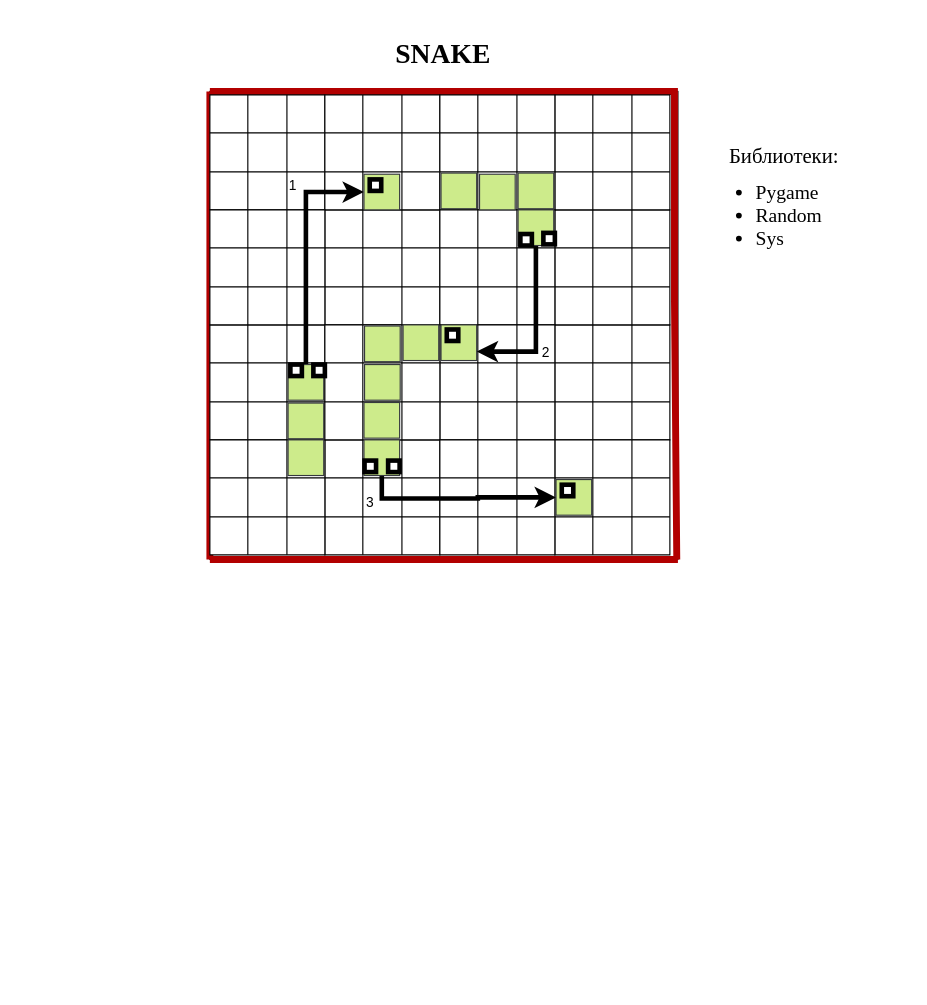
Above: page "Cхема как работает игра" (1 of 2) of pjSnake.drawio in Hedgehog-sys/pjSnake_Independent_creation (draw.io), before the change. Source tidied: cells renumbered, new cells numbered last; positions are measured from the earlier drawing's top-left corner, leaving out a move shared by most shapes. Both pictures are drawn from the tidied source at 115%, with x=0, y=0 at pixel (209, 37).
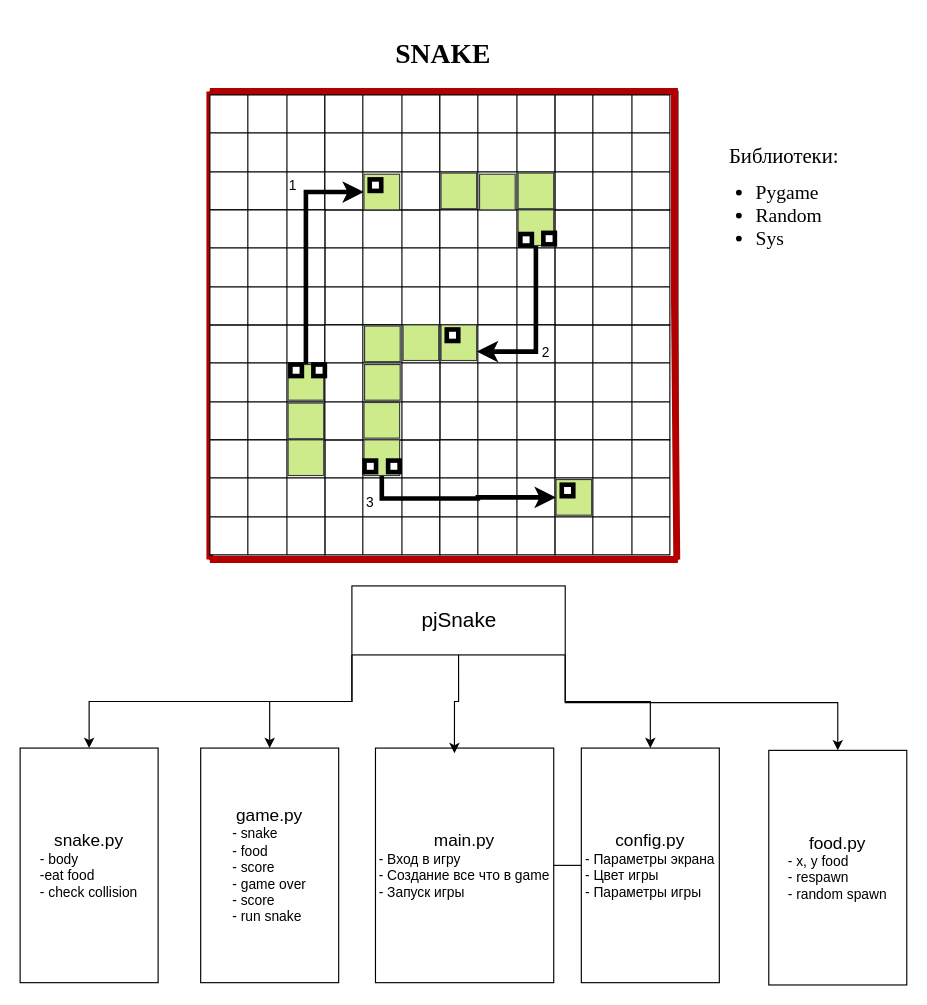
Above is the later version.

What changed in the source:
```diff
@@
+    <mxCell id="248" style="edgeStyle=orthogonalEdgeStyle;rounded=0;jettySize=auto;html=1;exitX=0;exitY=1;exitDx=0;exitDy=0;" parent="1" edge="1" source="252" target="253">
+      <mxGeometry relative="1" as="geometry" />
+    </mxCell>
+    <mxCell id="249" style="edgeStyle=orthogonalEdgeStyle;rounded=0;jettySize=auto;html=1;exitX=0;exitY=1;exitDx=0;exitDy=0;entryX=0.5;entryY=0;entryDx=0;entryDy=0;" parent="1" edge="1" source="252" target="254">
+      <mxGeometry relative="1" as="geometry" />
+    </mxCell>
+    <mxCell id="250" style="edgeStyle=orthogonalEdgeStyle;rounded=0;jettySize=auto;html=1;exitX=1;exitY=1;exitDx=0;exitDy=0;entryX=0.5;entryY=0;entryDx=0;entryDy=0;" parent="1" edge="1" source="252" target="256">
+      <mxGeometry relative="1" as="geometry" />
+    </mxCell>
+    <mxCell id="251" style="edgeStyle=orthogonalEdgeStyle;rounded=0;jettySize=auto;html=1;exitX=1;exitY=1;exitDx=0;exitDy=0;entryX=0.5;entryY=0;entryDx=0;entryDy=0;" parent="1" edge="1" source="252" target="257">
+      <mxGeometry relative="1" as="geometry" />
+    </mxCell>
+    <mxCell id="252" value="&lt;font style=&quot;font-size: 18px;&quot;&gt;pjSnake&lt;/font&gt;" style="rounded=0;whiteSpace=wrap;html=1;" parent="1" vertex="1">
+      <mxGeometry x="123.5" y="477" width="185.5" height="60" as="geometry" />
+    </mxCell>
+    <mxCell id="253" value="&lt;font style=&quot;color: light-dark(rgb(0, 0, 0), rgb(255, 0, 18)); font-size: 15px;&quot;&gt;snake.py&lt;/font&gt;&lt;div style=&quot;text-align: justify;&quot;&gt;- body&lt;/div&gt;&lt;div style=&quot;text-align: justify;&quot;&gt;-eat food&lt;/div&gt;&lt;div style=&quot;text-align: justify;&quot;&gt;- check collision&lt;/div&gt;" style="rounded=0;whiteSpace=wrap;html=1;" parent="1" vertex="1">
+      <mxGeometry x="-165" y="618" width="120" height="204" as="geometry" />
+    </mxCell>
+    <mxCell id="254" value="&lt;font style=&quot;font-size: 15px; color: light-dark(rgb(0, 0, 0), rgb(255, 0, 0));&quot;&gt;game.py&lt;/font&gt;&lt;div style=&quot;text-align: justify;&quot;&gt;- snake&lt;/div&gt;&lt;div style=&quot;text-align: justify;&quot;&gt;- food&lt;/div&gt;&lt;div style=&quot;text-align: justify;&quot;&gt;- score&lt;/div&gt;&lt;div style=&quot;text-align: justify;&quot;&gt;- game over&lt;/div&gt;&lt;div style=&quot;text-align: justify;&quot;&gt;- score&lt;/div&gt;&lt;div style=&quot;text-align: justify;&quot;&gt;- run snake&lt;/div&gt;" style="rounded=0;whiteSpace=wrap;html=1;" parent="1" vertex="1">
+      <mxGeometry x="-8" y="618" width="120" height="204" as="geometry" />
+    </mxCell>
+    <mxCell id="255" value="&lt;font style=&quot;color: light-dark(rgb(0, 0, 0), rgb(255, 0, 0)); font-size: 15px;&quot;&gt;main.py&lt;/font&gt;&lt;div style=&quot;text-align: justify;&quot;&gt;- Вход в игру&lt;/div&gt;&lt;div style=&quot;text-align: justify;&quot;&gt;- Создание все что в game&lt;/div&gt;&lt;div style=&quot;text-align: justify;&quot;&gt;- Запуск игры&lt;/div&gt;" style="rounded=0;whiteSpace=wrap;html=1;" parent="1" vertex="1">
+      <mxGeometry x="144" y="618" width="155" height="204" as="geometry" />
+    </mxCell>
+    <mxCell id="256" value="&lt;font style=&quot;font-size: 15px; color: light-dark(rgb(0, 0, 0), rgb(255, 6, 6));&quot;&gt;config.py&lt;/font&gt;&lt;div style=&quot;text-align: justify;&quot;&gt;- Параметры экрана&lt;/div&gt;&lt;div style=&quot;text-align: justify;&quot;&gt;- Цвет игры&lt;/div&gt;&lt;div style=&quot;text-align: justify;&quot;&gt;- Параметры игры&lt;/div&gt;" style="rounded=0;whiteSpace=wrap;html=1;" parent="1" vertex="1">
+      <mxGeometry x="323" y="618" width="120" height="204" as="geometry" />
+    </mxCell>
+    <mxCell id="257" value="&lt;font style=&quot;color: light-dark(rgb(0, 0, 0), rgb(255, 4, 4)); font-size: 15px;&quot;&gt;food.py&lt;/font&gt;&lt;div style=&quot;text-align: justify;&quot;&gt;- x, y food&lt;/div&gt;&lt;div style=&quot;text-align: justify;&quot;&gt;- respawn&amp;nbsp;&lt;/div&gt;&lt;div style=&quot;text-align: justify;&quot;&gt;- random spawn&lt;/div&gt;" style="rounded=0;whiteSpace=wrap;html=1;" parent="1" vertex="1">
+      <mxGeometry x="486" y="620" width="120" height="204" as="geometry" />
+    </mxCell>
+    <mxCell id="258" style="edgeStyle=orthogonalEdgeStyle;rounded=0;jettySize=auto;html=1;exitX=0.5;exitY=1;exitDx=0;exitDy=0;entryX=0.443;entryY=0.022;entryDx=0;entryDy=0;entryPerimeter=0;" parent="1" edge="1" source="252" target="255">
+      <mxGeometry relative="1" as="geometry" />
+    </mxCell>
+    <mxCell id="259" style="endArrow=none;html=1;rounded=0;exitX=1;exitY=0.5;exitDx=0;exitDy=0;entryX=0;entryY=0.5;entryDx=0;entryDy=0;" parent="1" edge="1" source="255" target="256">
+      <mxGeometry relative="1" as="geometry" />
+    </mxCell>
```
